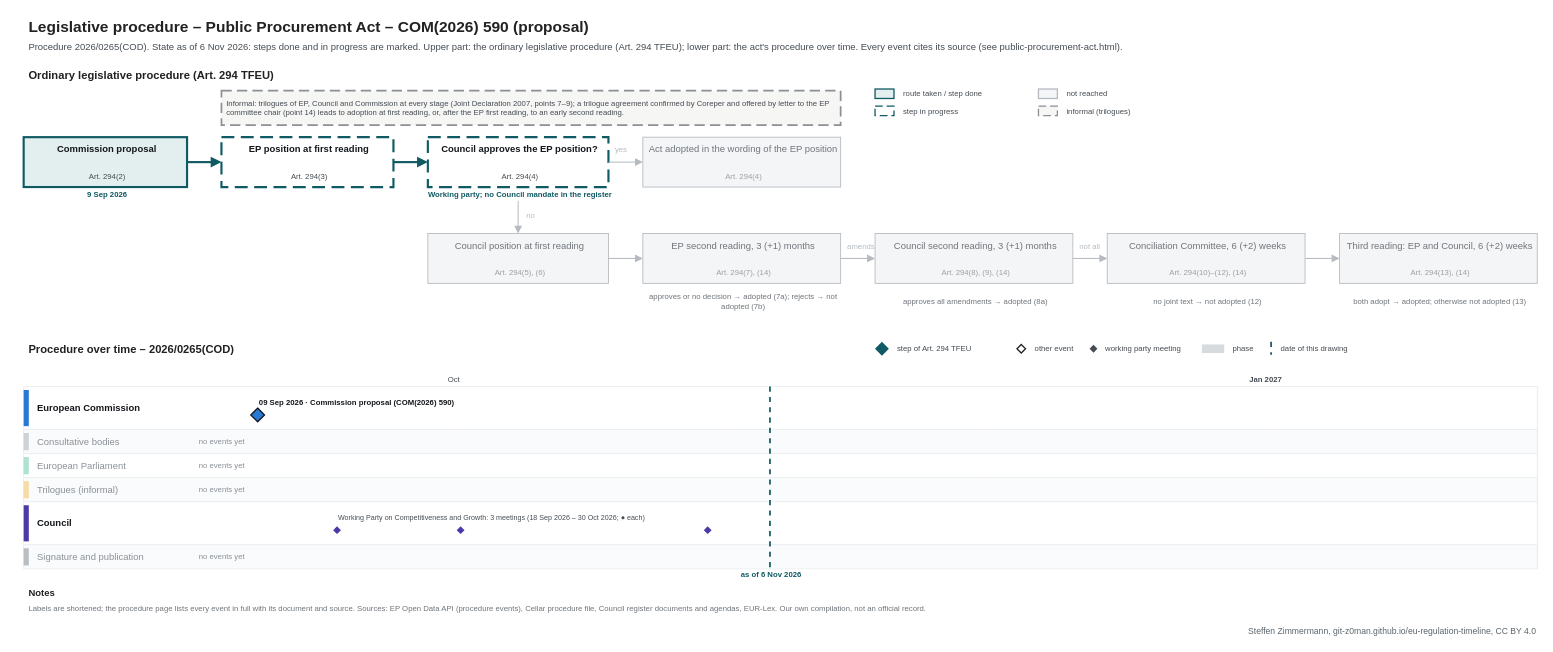
Above: procedures/public-procurement-act.drawio in git-z0man/eu-regulation-timeline (draw.io), before the change. Source tidied: cells renumbered, new cells numbered last; positions are measured from the earlier drawing's top-left corner, leaving out a move shared by most shapes. Both pictures are drawn from the tidied source at 86%, with x=0, y=0 at pixel (15, 15).
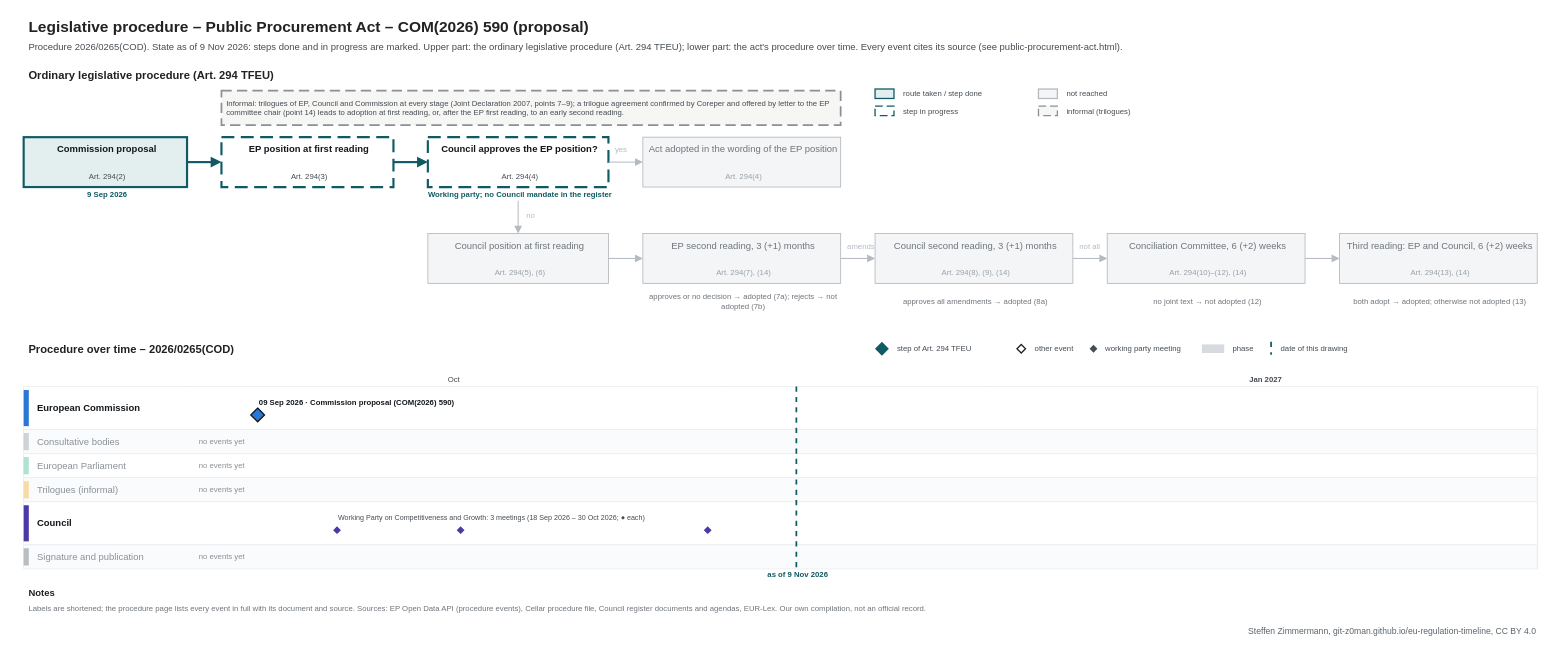
The same page after the edit.

Change to the diagram source:
```diff
@@
-    <mxCell id="3" value="Procedure 2026/0265(COD). State as of 6 Nov 2026: steps done and in progress are marked. Upper part: the ordinary legislative procedure (Art. 294 TFEU); lower part: the act's procedure over time. Every event cites its source (see public-procurement-act.html)." style="text;html=1;fontSize=11;fontColor=#454c53;align=left;verticalAlign=middle;spacingLeft=4;" parent="1" vertex="1">
+    <mxCell id="3" value="Procedure 2026/0265(COD). State as of 9 Nov 2026: steps done and in progress are marked. Upper part: the ordinary legislative procedure (Art. 294 TFEU); lower part: the act's procedure over time. Every event cites its source (see public-procurement-act.html)." style="text;html=1;fontSize=11;fontColor=#454c53;align=left;verticalAlign=middle;spacingLeft=4;" parent="1" vertex="1">
       <mxGeometry x="10" y="28" width="1700" height="18" as="geometry" />
     </mxCell>
@@
     <mxCell id="101" style="line;html=1;strokeWidth=2;strokeColor=#0f5a63;direction=south;dashed=1;" parent="1" vertex="1">
-      <mxGeometry x="877.3" y="432" width="1" height="212" as="geometry" />
+      <mxGeometry x="908" y="432" width="1" height="212" as="geometry" />
     </mxCell>
-    <mxCell id="102" value="as of 6 Nov 2026" style="text;html=1;fontSize=9;fontColor=#0f5a63;align=center;verticalAlign=middle;spacingLeft=4;fontStyle=1;" parent="1" vertex="1">
-      <mxGeometry x="817.3" y="645" width="120" height="12" as="geometry" />
+    <mxCell id="102" value="as of 9 Nov 2026" style="text;html=1;fontSize=9;fontColor=#0f5a63;align=center;verticalAlign=middle;spacingLeft=4;fontStyle=1;" parent="1" vertex="1">
+      <mxGeometry x="848" y="645" width="120" height="12" as="geometry" />
     </mxCell>
```
